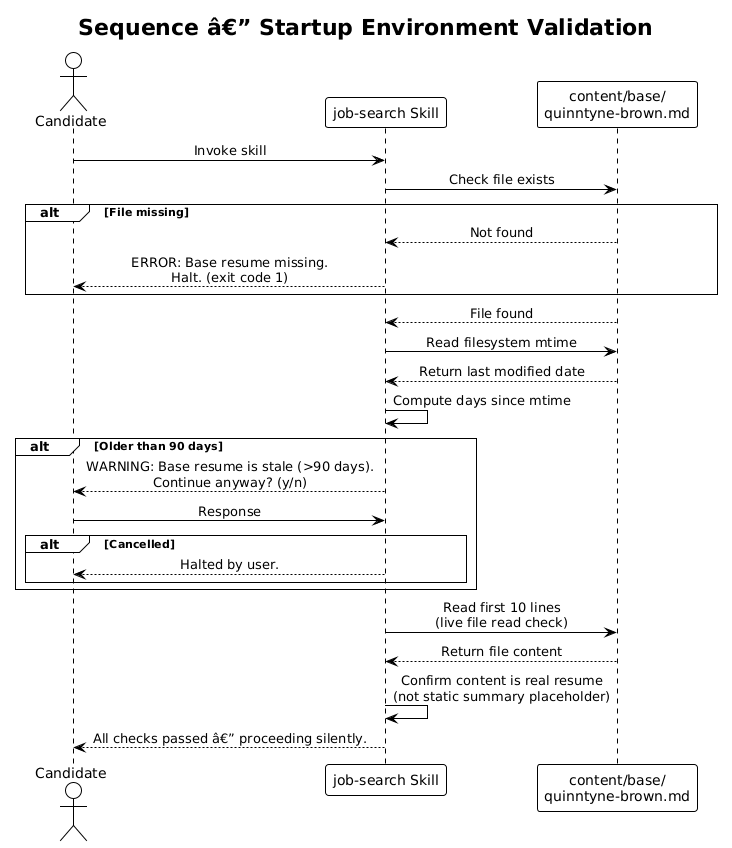
This is docs/detailed-designs/13-skill-infrastructure/diagrams/sequence_startup_validation.png from QuinntyneBrown/Orbit, a PlantUML export, as it was before one commit. Source of this version:
```plantuml
@startuml
!theme plain
skinparam sequenceMessageAlign center

title Sequence â€” Startup Environment Validation

actor Candidate
participant "job-search Skill" as Skill
participant "content/base/\nquinntyne-brown.md" as BaseResume

Candidate -> Skill : Invoke skill

Skill -> BaseResume : Check file exists
alt File missing
    BaseResume --> Skill : Not found
    Skill --> Candidate : ERROR: Base resume missing.\nHalt. (exit code 1)
end

BaseResume --> Skill : File found

Skill -> BaseResume : Read filesystem mtime
BaseResume --> Skill : Return last modified date

Skill -> Skill : Compute days since mtime
alt Older than 90 days
    Skill --> Candidate : WARNING: Base resume is stale (>90 days).\nContinue anyway? (y/n)
    Candidate -> Skill : Response
    alt Cancelled
        Skill --> Candidate : Halted by user.
    end
end

Skill -> BaseResume : Read first 10 lines\n(live file read check)
BaseResume --> Skill : Return file content

Skill -> Skill : Confirm content is real resume\n(not static summary placeholder)

Skill --> Candidate : All checks passed â€” proceeding silently.
@enduml
```
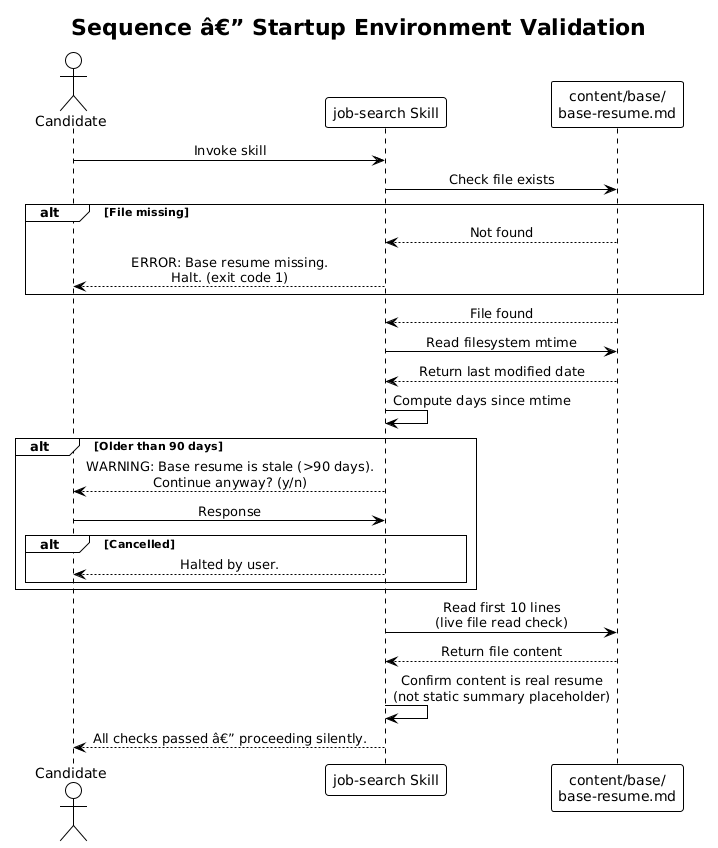
After the commit.

Change to the diagram source:
```diff
@@ -6,7 +6,7 @@
 
 actor Candidate
 participant "job-search Skill" as Skill
-participant "content/base/\nquinntyne-brown.md" as BaseResume
+participant "content/base/\nbase-resume.md" as BaseResume
 
 Candidate -> Skill : Invoke skill
 
```
